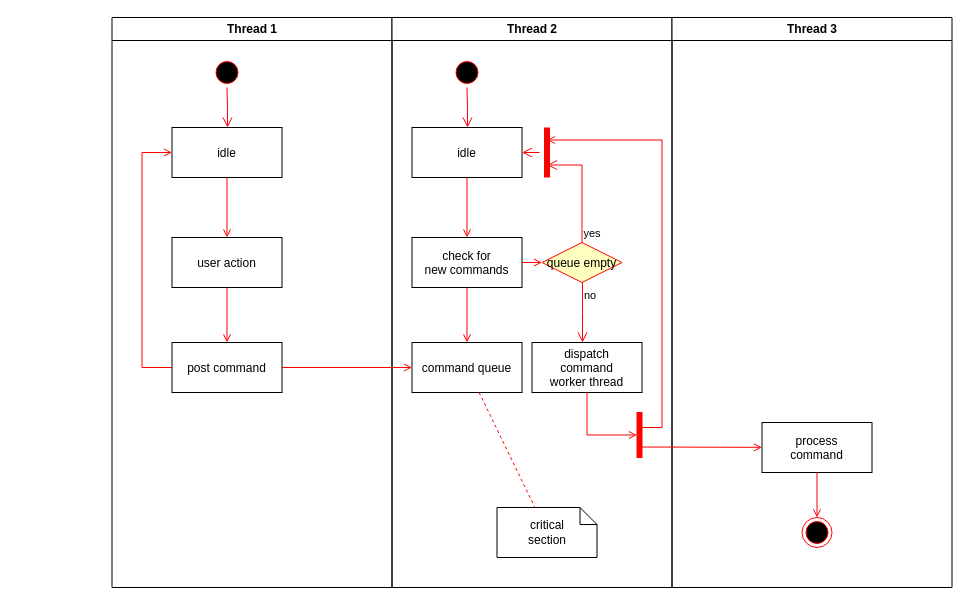
The draw.io diagram img/Untitled Diagram.drawio in zhaoxinqing/my-docs, before the edit. Source tidied: cells renumbered, new cells numbered last; positions are measured from the earlier drawing's top-left corner, leaving out a move shared by most shapes. Both pictures are drawn from the tidied source at 100%, with x=0, y=0 at pixel (111, 17).
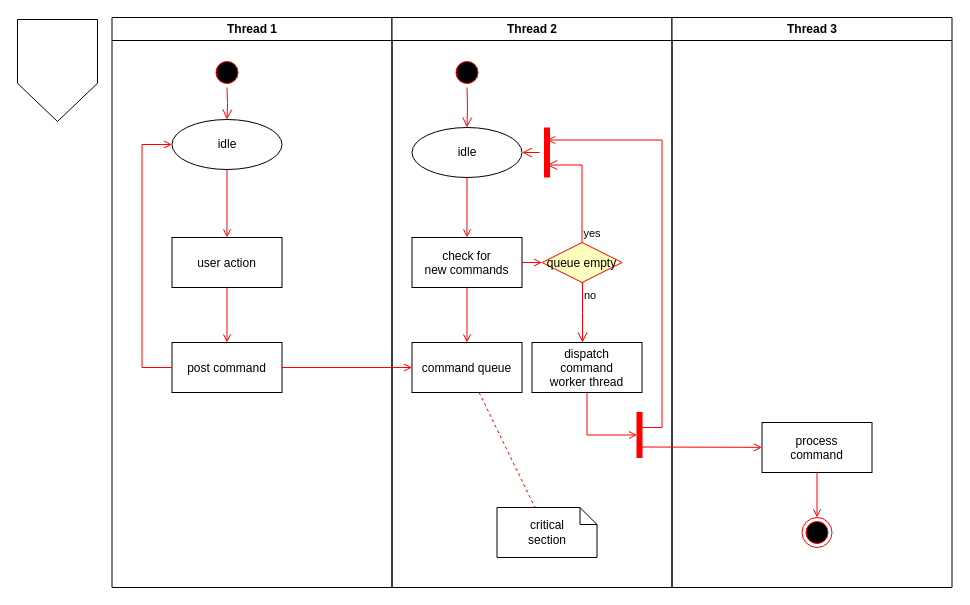
The same diagram, later.

Unchanged cells that the change refers to:
```xml
<mxCell id="2" value="Thread 1" style="swimlane;whiteSpace=wrap;" parent="1" vertex="1">
  <mxGeometry x="0.5" width="280" height="570" as="geometry" />
</mxCell>
<mxCell id="11" value="Thread 2" style="swimlane;whiteSpace=wrap;" parent="1" vertex="1">
  <mxGeometry x="280.5" width="280" height="570" as="geometry" />
</mxCell>
```

The edit, as a diff of the source:
```diff
@@
-    <mxCell id="5" value="idle" parent="2" vertex="1">
-      <mxGeometry x="60" y="110" width="110" height="50" as="geometry" />
+    <mxCell id="5" value="idle" style="ellipse;whiteSpace=wrap;html=1;fontFamily=Helvetica;fontSize=12;fontColor=rgb(0, 0, 0);align=center;strokeColor=rgb(0, 0, 0);fillColor=rgb(255, 255, 255);" parent="2" vertex="1">
+      <mxGeometry x="60" y="102" width="110" height="50" as="geometry" />
     </mxCell>
@@
-    <mxCell id="14" value="idle" parent="11" vertex="1">
+    <mxCell id="14" value="idle" style="ellipse;whiteSpace=wrap;html=1;fontFamily=Helvetica;fontSize=12;fontColor=rgb(0, 0, 0);align=center;strokeColor=rgb(0, 0, 0);fillColor=rgb(255, 255, 255);" parent="11" vertex="1">
       <mxGeometry x="20" y="110" width="110" height="50" as="geometry" />
     </mxCell>
@@
+    <mxCell id="37" style="shape=offPageConnector;whiteSpace=wrap;html=1;" parent="1" vertex="1">
+      <mxGeometry x="-94" y="2" width="80" height="102" as="geometry" />
+    </mxCell>
```
